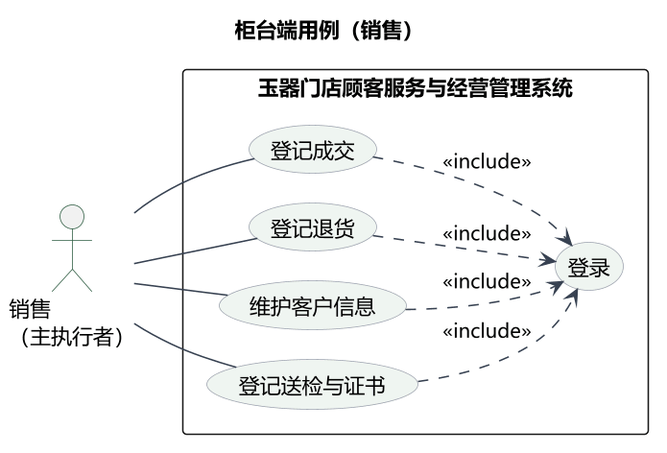
Earlier version of the PlantUML export docs/figs/system-use-cases/uc-sale.png (rosefinch55/jade-store-system).
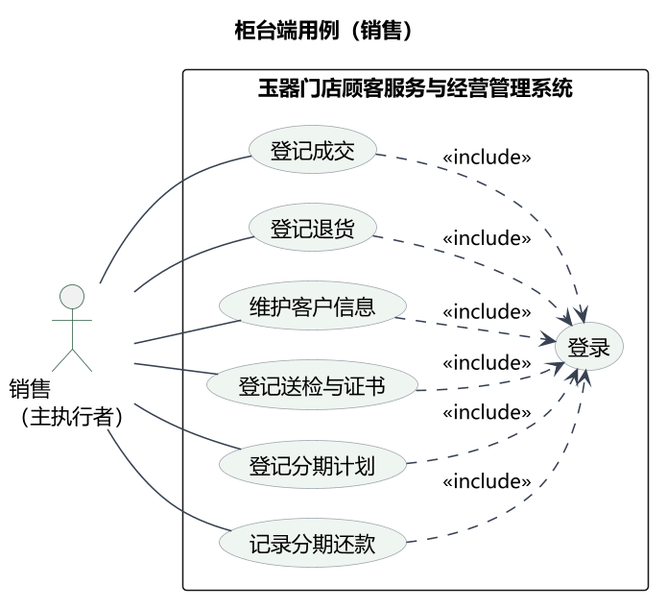
The same file after the commit.

What changed in the source:
```diff
@@ -20,6 +20,8 @@
   usecase "登记退货" as U登记退货
   usecase "维护客户信息" as U维护客户信息
   usecase "登记送检与证书" as U登记送检与证书
+  usecase "登记分期计划" as U登记分期计划
+  usecase "记录分期还款" as U记录分期还款
   usecase "登录" as UL
 }
 
@@ -27,9 +29,13 @@
 Y -- U登记退货
 Y -- U维护客户信息
 Y -- U登记送检与证书
+Y -- U登记分期计划
+Y -- U记录分期还款
 
 U登记成交 ..> UL : <<include>>
 U登记退货 ..> UL : <<include>>
 U维护客户信息 ..> UL : <<include>>
 U登记送检与证书 ..> UL : <<include>>
+U登记分期计划 ..> UL : <<include>>
+U记录分期还款 ..> UL : <<include>>
 @enduml
```
